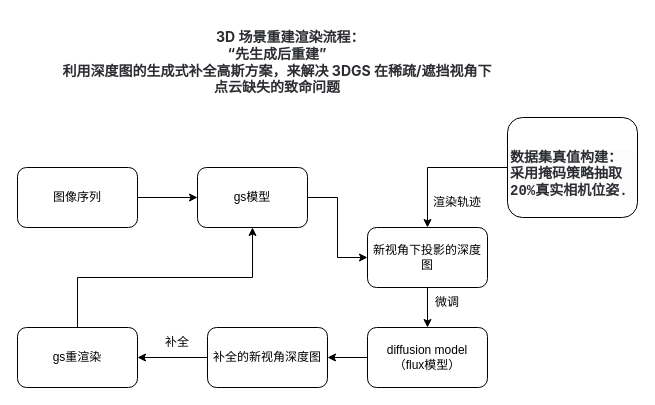
Before: model_net.drawio in zzcPeace/draw.io, a draw.io diagram. Source tidied: cells renumbered, new cells numbered last; positions are measured from the earlier drawing's top-left corner, leaving out a move shared by most shapes. Both pictures are drawn from the tidied source at 100%, with x=0, y=0 at pixel (17, 17).
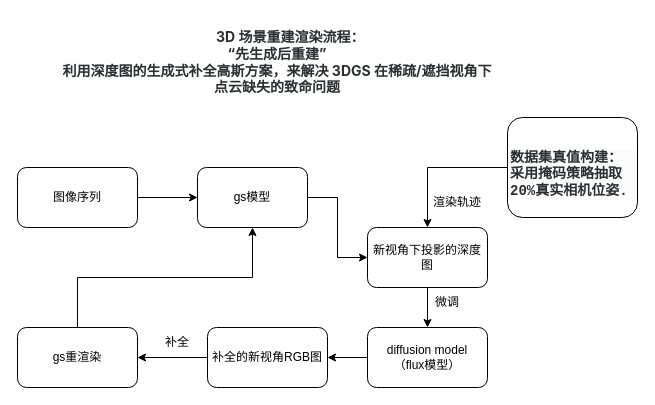
The same diagram, later.

What changed in the source:
```diff
@@
 <mxGraphModel>
   <root>
     <mxCell id="0" />
     <mxCell id="1" parent="0" />
     <mxCell id="2" style="edgeStyle=orthogonalEdgeStyle;rounded=0;jettySize=auto;html=1;" parent="1" edge="1" source="3" target="5">
       <mxGeometry relative="1" as="geometry" />
     </mxCell>
     <mxCell id="3" value="图像序列" style="rounded=1;whiteSpace=wrap;html=1;" parent="1" vertex="1">
       <mxGeometry y="150" width="120" height="60" as="geometry" />
     </mxCell>
     <mxCell id="4" style="edgeStyle=orthogonalEdgeStyle;rounded=0;jettySize=auto;html=1;exitX=1;exitY=0.5;exitDx=0;exitDy=0;entryX=0;entryY=0.5;entryDx=0;entryDy=0;" parent="1" edge="1" source="5" target="12">
       <mxGeometry relative="1" as="geometry" />
     </mxCell>
     <mxCell id="5" value="gs模型" style="whiteSpace=wrap;html=1;rounded=1;" parent="1" vertex="1">
       <mxGeometry x="180" y="150" width="110" height="60" as="geometry" />
     </mxCell>
     <mxCell id="6" style="edgeStyle=orthogonalEdgeStyle;rounded=0;jettySize=auto;html=1;exitX=0;exitY=0.5;exitDx=0;exitDy=0;entryX=1;entryY=0.5;entryDx=0;entryDy=0;" parent="1" edge="1" source="7" target="9">
       <mxGeometry relative="1" as="geometry" />
     </mxCell>
-    <mxCell id="7" value="补全的新视角深度图" style="whiteSpace=wrap;html=1;rounded=1;" parent="1" vertex="1">
+    <mxCell id="7" value="补全的新视角RGB图" style="whiteSpace=wrap;html=1;rounded=1;" parent="1" vertex="1">
       <mxGeometry x="190" y="310" width="120" height="60" as="geometry" />
     </mxCell>
     <mxCell id="8" style="edgeStyle=orthogonalEdgeStyle;rounded=0;jettySize=auto;html=1;exitX=0.5;exitY=0;exitDx=0;exitDy=0;entryX=0.5;entryY=1;entryDx=0;entryDy=0;" parent="1" edge="1" source="9" target="5">
       <mxGeometry relative="1" as="geometry" />
     </mxCell>
     <mxCell id="9" value="gs重渲染" style="rounded=1;whiteSpace=wrap;html=1;" parent="1" vertex="1">
       <mxGeometry y="310" width="120" height="60" as="geometry" />
     </mxCell>
     <mxCell id="10" value="&lt;strong class=&quot;ng-star-inserted&quot; style=&quot;box-sizing: border-box; color: rgb(43, 45, 49); font-family: Inter, sans-serif; font-size: 14px; text-align: start; background-color: rgb(255, 255, 255);&quot;&gt;&lt;span class=&quot;ng-star-inserted&quot; style=&quot;box-sizing: border-box;&quot;&gt;&lt;span style=&quot;white-space: pre;&quot;&gt;&#9;&lt;/span&gt;3D 场景重建渲染流程：&lt;br&gt;“先生成后重建”&lt;br&gt;&lt;/span&gt;&lt;/strong&gt;&lt;div&gt;&lt;strong class=&quot;ng-star-inserted&quot; style=&quot;box-sizing: border-box; color: rgb(43, 45, 49); font-family: Inter, sans-serif; font-size: 14px; text-align: start; background-color: rgb(255, 255, 255);&quot;&gt;&lt;span class=&quot;ng-star-inserted&quot; style=&quot;box-sizing: border-box;&quot;&gt;利用深度图的生成式补全高斯方案，来解决 3DGS 在稀疏/遮挡视角下&lt;/span&gt;&lt;/strong&gt;&lt;/div&gt;&lt;div&gt;&lt;strong class=&quot;ng-star-inserted&quot; style=&quot;box-sizing: border-box; color: rgb(43, 45, 49); font-family: Inter, sans-serif; font-size: 14px; text-align: start; background-color: rgb(255, 255, 255);&quot;&gt;&lt;span class=&quot;ng-star-inserted&quot; style=&quot;box-sizing: border-box;&quot;&gt;点云缺失的致命问题&lt;/span&gt;&lt;/strong&gt;&lt;/div&gt;" style="text;html=1;whiteSpace=wrap;strokeColor=none;fillColor=none;align=center;verticalAlign=middle;rounded=0;" parent="1" vertex="1">
       <mxGeometry x="25" width="470" height="90" as="geometry" />
     </mxCell>
     <mxCell id="11" style="edgeStyle=orthogonalEdgeStyle;rounded=0;jettySize=auto;html=1;exitX=0.5;exitY=1;exitDx=0;exitDy=0;" parent="1" edge="1" source="12" target="14">
       <mxGeometry relative="1" as="geometry" />
     </mxCell>
     <mxCell id="12" value="新视角下投影的深度图" style="rounded=1;whiteSpace=wrap;html=1;" parent="1" vertex="1">
       <mxGeometry x="350" y="210" width="120" height="60" as="geometry" />
     </mxCell>
     <mxCell id="13" style="edgeStyle=orthogonalEdgeStyle;rounded=0;jettySize=auto;html=1;exitX=0;exitY=0.5;exitDx=0;exitDy=0;" parent="1" edge="1" source="14" target="7">
       <mxGeometry relative="1" as="geometry" />
     </mxCell>
     <mxCell id="14" value="diffusion model&lt;br&gt;（flux模型）" style="rounded=1;whiteSpace=wrap;html=1;" parent="1" vertex="1">
       <mxGeometry x="350" y="310" width="120" height="60" as="geometry" />
     </mxCell>
     <mxCell id="15" value="补全" style="text;html=1;whiteSpace=wrap;strokeColor=none;fillColor=none;align=center;verticalAlign=middle;rounded=0;" parent="1" vertex="1">
       <mxGeometry x="130" y="310" width="60" height="30" as="geometry" />
     </mxCell>
     <mxCell id="16" style="edgeStyle=orthogonalEdgeStyle;rounded=0;jettySize=auto;html=1;exitX=0;exitY=0.5;exitDx=0;exitDy=0;" parent="1" edge="1" source="17" target="12">
       <mxGeometry relative="1" as="geometry" />
     </mxCell>
     <mxCell id="17" value="&lt;br&gt;&lt;div&gt;&lt;strong class=&quot;ng-star-inserted&quot; style=&quot;box-sizing: border-box; color: rgb(43, 45, 49); font-family: Inter, sans-serif; font-size: 14px; font-style: normal; font-variant-ligatures: normal; font-variant-caps: normal; letter-spacing: normal; orphans: 2; text-align: start; text-indent: 0px; text-transform: none; widows: 2; word-spacing: 0px; -webkit-text-stroke-width: 0px; white-space: normal; background-color: rgb(255, 255, 255); text-decoration-thickness: initial; text-decoration-style: initial; text-decoration-color: initial;&quot;&gt;&lt;span class=&quot;inline-code ng-star-inserted&quot; style=&quot;box-sizing: border-box; background: none 0% 0% / auto repeat scroll padding-box border-box rgb(252, 252, 252); border: none; border-radius: 4px; color: rgb(43, 45, 49); display: inline-block; font-family: &amp;quot;DM Mono&amp;quot;, monospace; font-size: 1em; padding: 0px 2px;&quot;&gt;数据集真值构建：采用掩码策略抽取20%真实相机位姿.&lt;/span&gt;&lt;/strong&gt;&lt;br&gt;&lt;/div&gt;" style="rounded=1;whiteSpace=wrap;html=1;" parent="1" vertex="1">
       <mxGeometry x="490" y="100" width="130" height="100" as="geometry" />
     </mxCell>
     <mxCell id="18" value="渲染轨迹" style="text;html=1;whiteSpace=wrap;strokeColor=none;fillColor=none;align=center;verticalAlign=middle;rounded=0;" parent="1" vertex="1">
       <mxGeometry x="410" y="170" width="60" height="30" as="geometry" />
     </mxCell>
     <mxCell id="19" value="微调" style="text;html=1;whiteSpace=wrap;strokeColor=none;fillColor=none;align=center;verticalAlign=middle;rounded=0;" parent="1" vertex="1">
       <mxGeometry x="400" y="270" width="60" height="30" as="geometry" />
     </mxCell>
   </root>
 </mxGraphModel>
```
